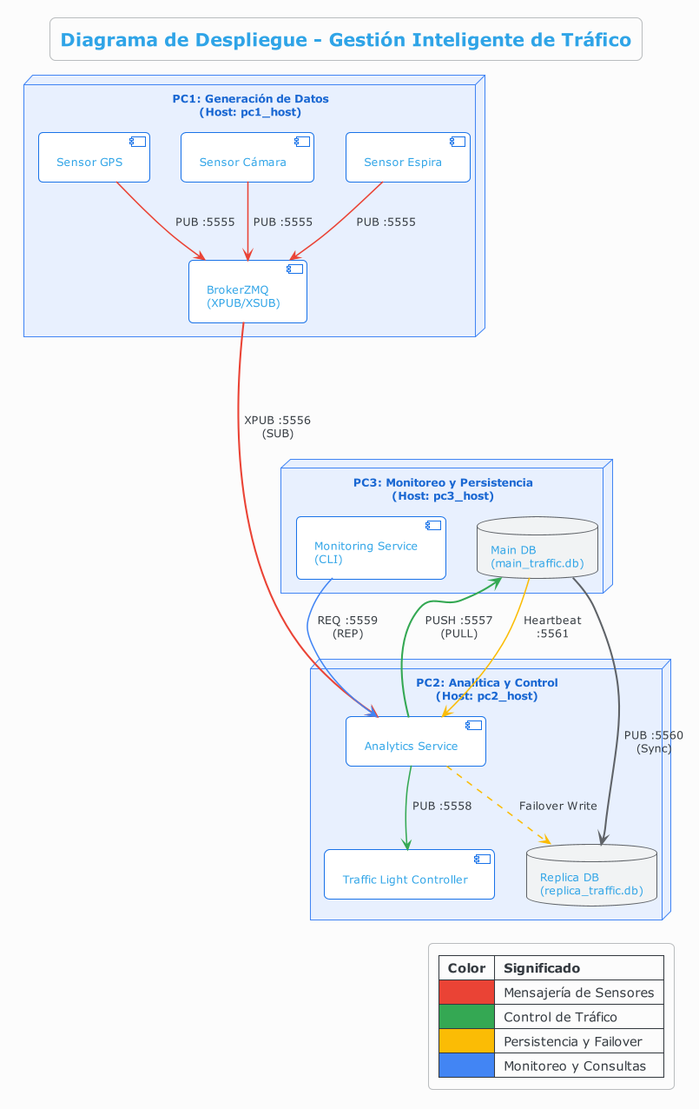
juandrodriguezf/Sistema-de-Gestion-de-Trafico-Urbano keeps this PlantUML diagram as docs/diagramas_plantUML/diagrama_despliegue.png. Above is the earlier version. The source it was exported from:
```plantuml
@startuml
!theme cerulean-outline
skinparam backgroundColor #fcfcfc
skinparam roundcorner 10
skinparam shadowing false
skinparam handwritten false

skinparam node {
    BackgroundColor #E8F0FE
    BorderColor #4285F4
    FontColor #1967D2
}

skinparam component {
    BackgroundColor #FFFFFF
    BorderColor #1A73E8
}

skinparam database {
    BackgroundColor #F1F3F4
    BorderColor #5F6368
}

skinparam arrow {
    Thickness 1.5
    Color #3C4043
}

title Diagrama de Despliegue - Gestión Inteligente de Tráfico

node "PC1: Generación de Datos\n(Host: pc1_host)" as PC1 {
    component "Sensor Espira" as S1
    component "Sensor Cámara" as S2
    component "Sensor GPS" as S3
    component "BrokerZMQ\n(XPUB/XSUB)" as BRK

    S1 -[#EA4335]-> BRK : PUB :5555
    S2 -[#EA4335]-> BRK : PUB :5555
    S3 -[#EA4335]-> BRK : PUB :5555
}

node "PC2: Analítica y Control\n(Host: pc2_host)" as PC2 {
    component "Analytics Service" as ANA
    component "Traffic Light Controller" as TLC
    database "Replica DB\n(replica_traffic.db)" as RDB

    ANA -[#34A853]-> TLC : PUB :5558
    ANA .[#FBBC05].> RDB : Failover Write
}

node "PC3: Monitoreo y Persistencia\n(Host: pc3_host)" as PC3 {
    component "Monitoring Service\n(CLI)" as MON
    database "Main DB\n(main_traffic.db)" as MDB
}

BRK ==[#EA4335]==> ANA : XPUB :5556\n(SUB)
ANA ==[#34A853]==> MDB : PUSH :5557\n(PULL)
MON -[#4285F4]-> ANA : REQ :5559\n(REP)
MDB ==[#5F6368]==> RDB : PUB :5560\n(Sync)
MDB -[#FBBC05]-> ANA : Heartbeat\n:5561

legend right
  |= Color |= Significado |
  |<#EA4335>| Mensajería de Sensores |
  |<#34A853>| Control de Tráfico |
  |<#FBBC05>| Persistencia y Failover |
  |<#4285F4>| Monitoreo y Consultas |
endlegend

@enduml
```
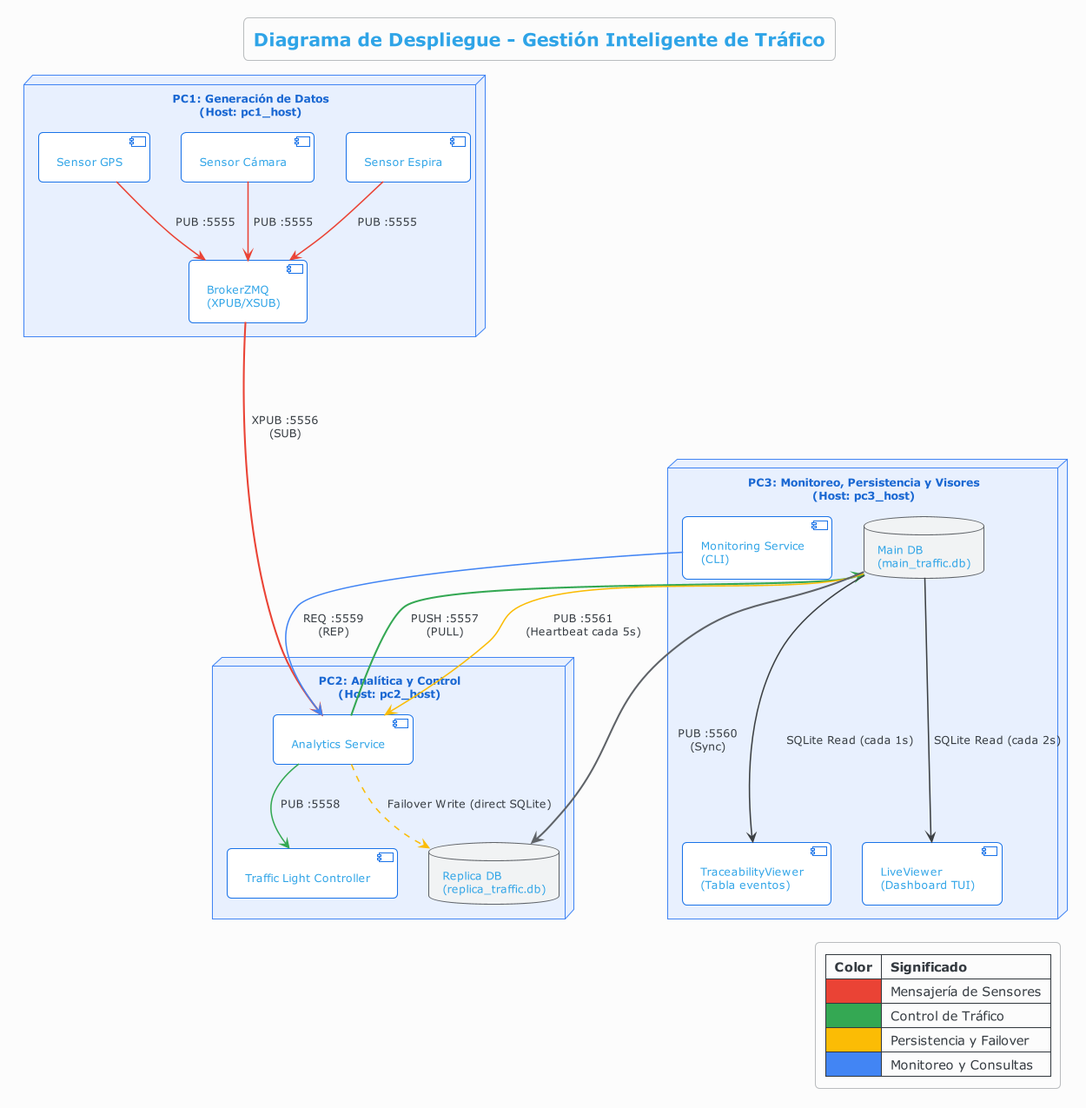
After the change.

What changed in the source:
```diff
@@ -45,11 +45,13 @@
     database "Replica DB\n(replica_traffic.db)" as RDB
 
     ANA -[#34A853]-> TLC : PUB :5558
-    ANA .[#FBBC05].> RDB : Failover Write
+    ANA .[#FBBC05].> RDB : Failover Write (direct SQLite)
 }
 
-node "PC3: Monitoreo y Persistencia\n(Host: pc3_host)" as PC3 {
+node "PC3: Monitoreo, Persistencia y Visores\n(Host: pc3_host)" as PC3 {
     component "Monitoring Service\n(CLI)" as MON
+    component "LiveViewer\n(Dashboard TUI)" as LV
+    component "TraceabilityViewer\n(Tabla eventos)" as TV
     database "Main DB\n(main_traffic.db)" as MDB
 }
 
@@ -57,7 +59,9 @@
 ANA ==[#34A853]==> MDB : PUSH :5557\n(PULL)
 MON -[#4285F4]-> ANA : REQ :5559\n(REP)
 MDB ==[#5F6368]==> RDB : PUB :5560\n(Sync)
-MDB -[#FBBC05]-> ANA : Heartbeat\n:5561
+MDB -[#FBBC05]-> ANA : PUB :5561\n(Heartbeat cada 5s)
+MDB ---> LV : SQLite Read (cada 2s)
+MDB ---> TV : SQLite Read (cada 1s)
 
 legend right
   |= Color |= Significado |
```
